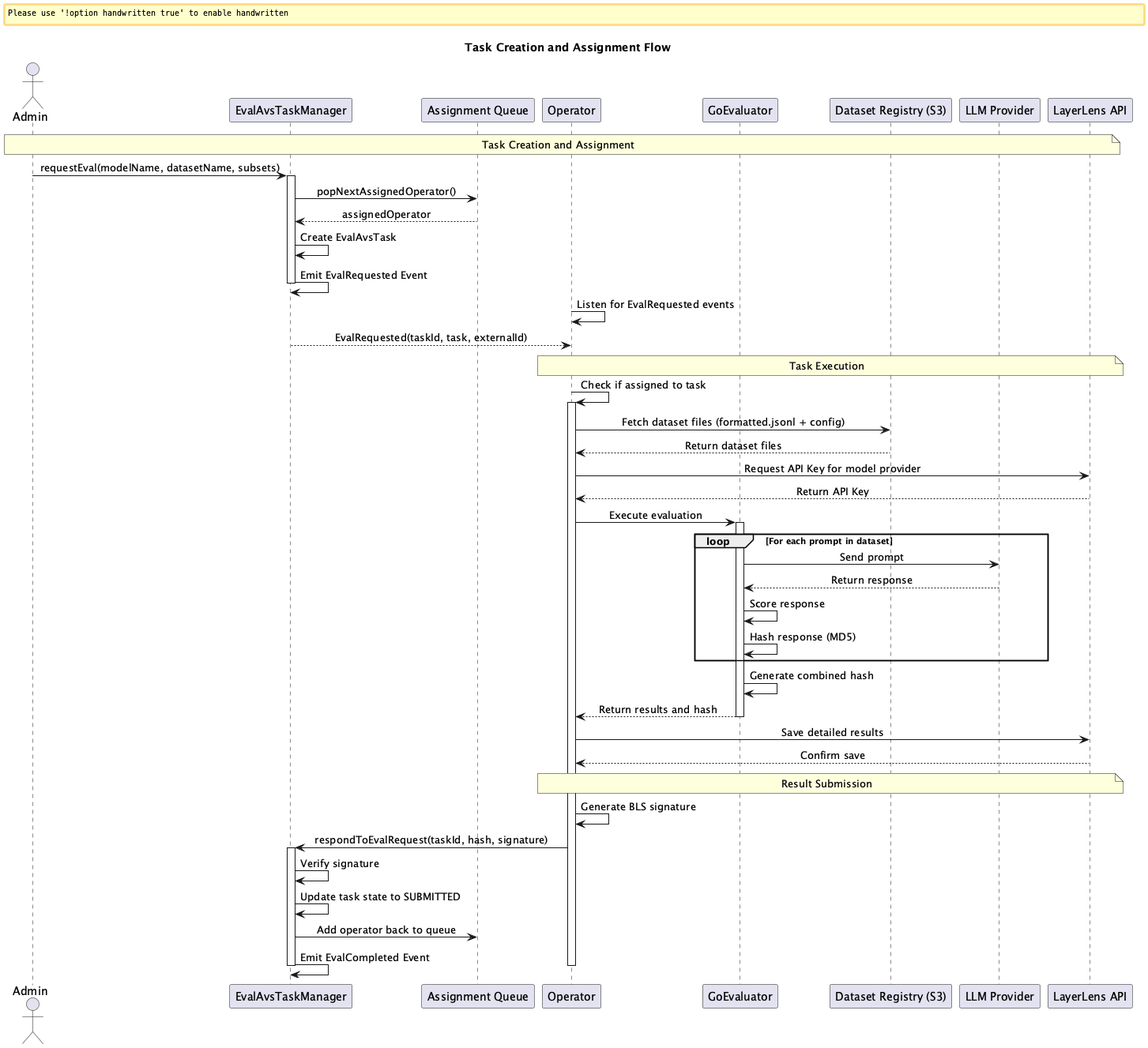
Above: custom-diagrams/v2/avs-task-flow.png in k-g-j/ll-sequence-diagrams (PlantUML), before the change. The source it was exported from:
```plantuml
@startuml
skinparam sequenceMessageAlign center
skinparam backgroundColor white
skinparam handwritten false

title Task Creation and Assignment Flow

actor Admin
participant "EvalAvsTaskManager" as TaskManager
participant "Assignment Queue" as Queue
participant "Operator" as Operator
participant "GoEvaluator" as GoEvaluator
participant "Dataset Registry (S3)" as S3
participant "LLM Provider" as LLM
participant "LayerLens API" as API

note over Admin, API: Task Creation and Assignment

Admin -> TaskManager: requestEval(modelName, datasetName, subsets)
activate TaskManager
TaskManager -> Queue: popNextAssignedOperator()
Queue --> TaskManager: assignedOperator
TaskManager -> TaskManager: Create EvalAvsTask
TaskManager -> TaskManager: Emit EvalRequested Event
deactivate TaskManager

Operator -> Operator: Listen for EvalRequested events
TaskManager --> Operator: EvalRequested(taskId, task, externalId)

note over Operator, API: Task Execution

Operator -> Operator: Check if assigned to task
activate Operator
Operator -> S3: Fetch dataset files (formatted.jsonl + config)
S3 --> Operator: Return dataset files
Operator -> API: Request API Key for model provider
API --> Operator: Return API Key
Operator -> GoEvaluator: Execute evaluation

activate GoEvaluator
loop For each prompt in dataset
    GoEvaluator -> LLM: Send prompt
    LLM --> GoEvaluator: Return response
    GoEvaluator -> GoEvaluator: Score response
    GoEvaluator -> GoEvaluator: Hash response (MD5)
end
GoEvaluator -> GoEvaluator: Generate combined hash
GoEvaluator --> Operator: Return results and hash
deactivate GoEvaluator

Operator -> API: Save detailed results
API --> Operator: Confirm save

note over Operator, API: Result Submission

Operator -> Operator: Generate BLS signature
Operator -> TaskManager: respondToEvalRequest(taskId, hash, signature)
activate TaskManager
TaskManager -> TaskManager: Verify signature
TaskManager -> TaskManager: Update task state to SUBMITTED
TaskManager -> Queue: Add operator back to queue
TaskManager -> TaskManager: Emit EvalCompleted Event
deactivate TaskManager
deactivate Operator
@enduml
```
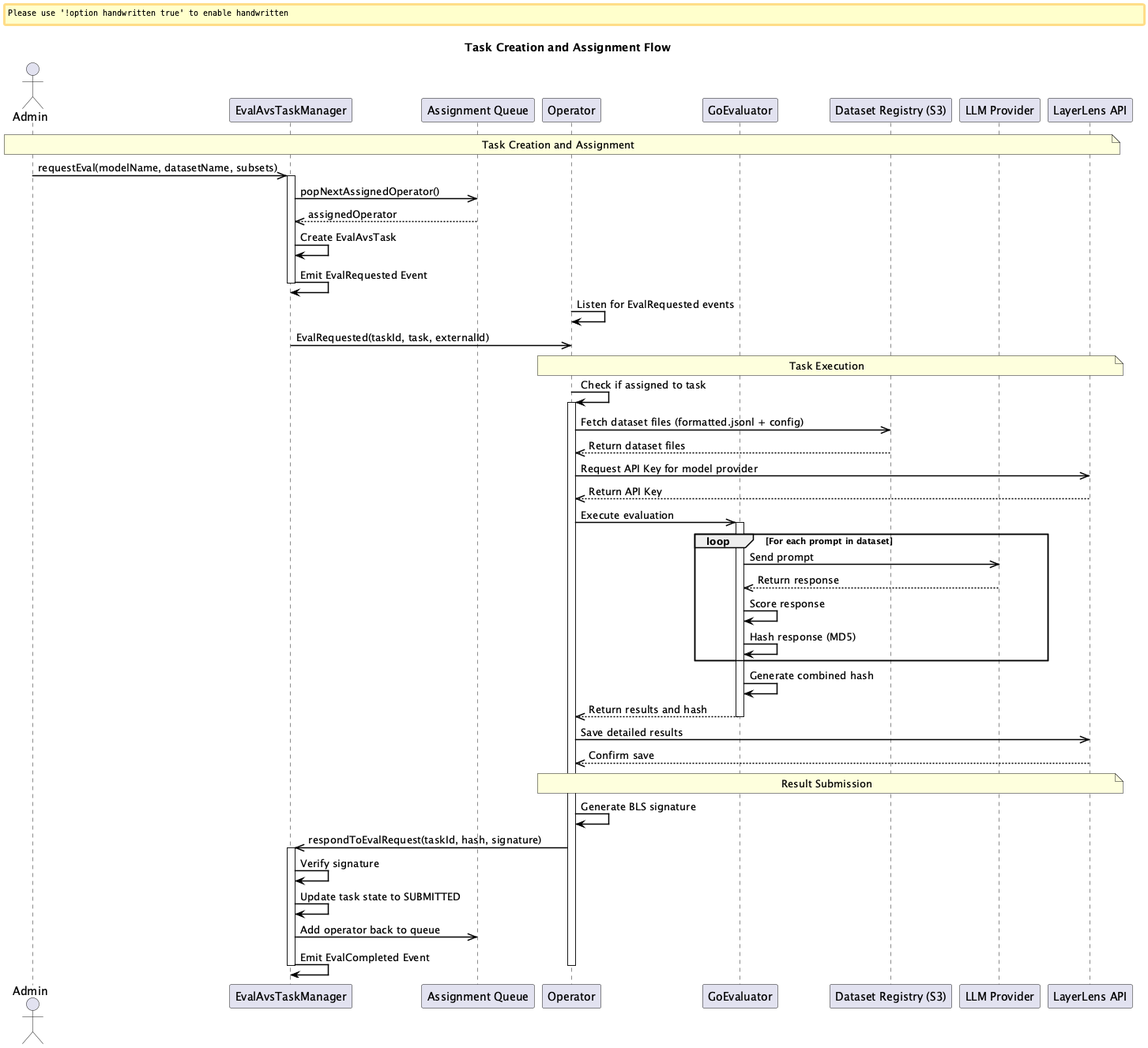
Later version of the same file.

The edit, as a diff of the source:
```diff
@@ -2,6 +2,9 @@
 skinparam sequenceMessageAlign center
 skinparam backgroundColor white
 skinparam handwritten false
+skinparam ArrowColor black
+skinparam SequenceArrowThickness 1.5
+skinparam SequenceMessageAlignment left
 
 title Task Creation and Assignment Flow
 
@@ -16,49 +19,49 @@
 
 note over Admin, API: Task Creation and Assignment
 
-Admin -> TaskManager: requestEval(modelName, datasetName, subsets)
+Admin ->> TaskManager: requestEval(modelName, datasetName, subsets)
 activate TaskManager
-TaskManager -> Queue: popNextAssignedOperator()
-Queue --> TaskManager: assignedOperator
+TaskManager ->> Queue: popNextAssignedOperator()
+Queue -->> TaskManager: assignedOperator
 TaskManager -> TaskManager: Create EvalAvsTask
 TaskManager -> TaskManager: Emit EvalRequested Event
 deactivate TaskManager
 
 Operator -> Operator: Listen for EvalRequested events
-TaskManager --> Operator: EvalRequested(taskId, task, externalId)
+TaskManager ->> Operator: EvalRequested(taskId, task, externalId)
 
 note over Operator, API: Task Execution
 
 Operator -> Operator: Check if assigned to task
 activate Operator
-Operator -> S3: Fetch dataset files (formatted.jsonl + config)
-S3 --> Operator: Return dataset files
-Operator -> API: Request API Key for model provider
-API --> Operator: Return API Key
-Operator -> GoEvaluator: Execute evaluation
+Operator ->> S3: Fetch dataset files (formatted.jsonl + config)
+S3 -->> Operator: Return dataset files
+Operator ->> API: Request API Key for model provider
+API -->> Operator: Return API Key
+Operator ->> GoEvaluator: Execute evaluation
 
 activate GoEvaluator
 loop For each prompt in dataset
-    GoEvaluator -> LLM: Send prompt
-    LLM --> GoEvaluator: Return response
+    GoEvaluator ->> LLM: Send prompt
+    LLM -->> GoEvaluator: Return response
     GoEvaluator -> GoEvaluator: Score response
     GoEvaluator -> GoEvaluator: Hash response (MD5)
 end
 GoEvaluator -> GoEvaluator: Generate combined hash
-GoEvaluator --> Operator: Return results and hash
+GoEvaluator -->> Operator: Return results and hash
 deactivate GoEvaluator
 
-Operator -> API: Save detailed results
-API --> Operator: Confirm save
+Operator ->> API: Save detailed results
+API -->> Operator: Confirm save
 
 note over Operator, API: Result Submission
 
 Operator -> Operator: Generate BLS signature
-Operator -> TaskManager: respondToEvalRequest(taskId, hash, signature)
+Operator ->> TaskManager: respondToEvalRequest(taskId, hash, signature)
 activate TaskManager
 TaskManager -> TaskManager: Verify signature
 TaskManager -> TaskManager: Update task state to SUBMITTED
-TaskManager -> Queue: Add operator back to queue
+TaskManager ->> Queue: Add operator back to queue
 TaskManager -> TaskManager: Emit EvalCompleted Event
 deactivate TaskManager
 deactivate Operator
```
